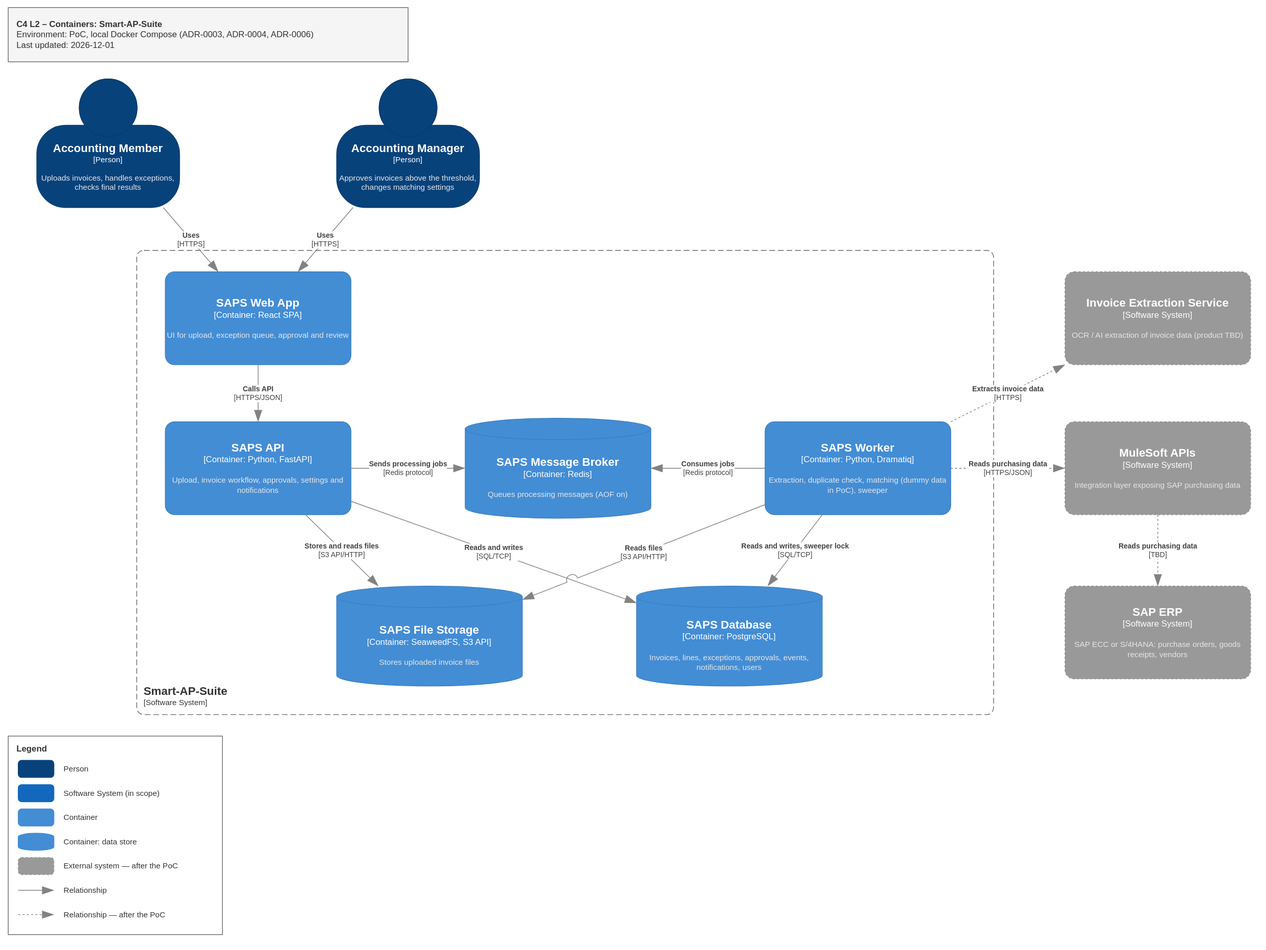
Earlier version of the draw.io export docs/02-architecture/diagrams/c4/c4-l2-containers.drawio.svg (jiri-nguyen/SAPS). Source tidied: cells renumbered, new cells last; positions are measured from the earlier drawing's top-left corner, leaving out a move shared by most shapes.
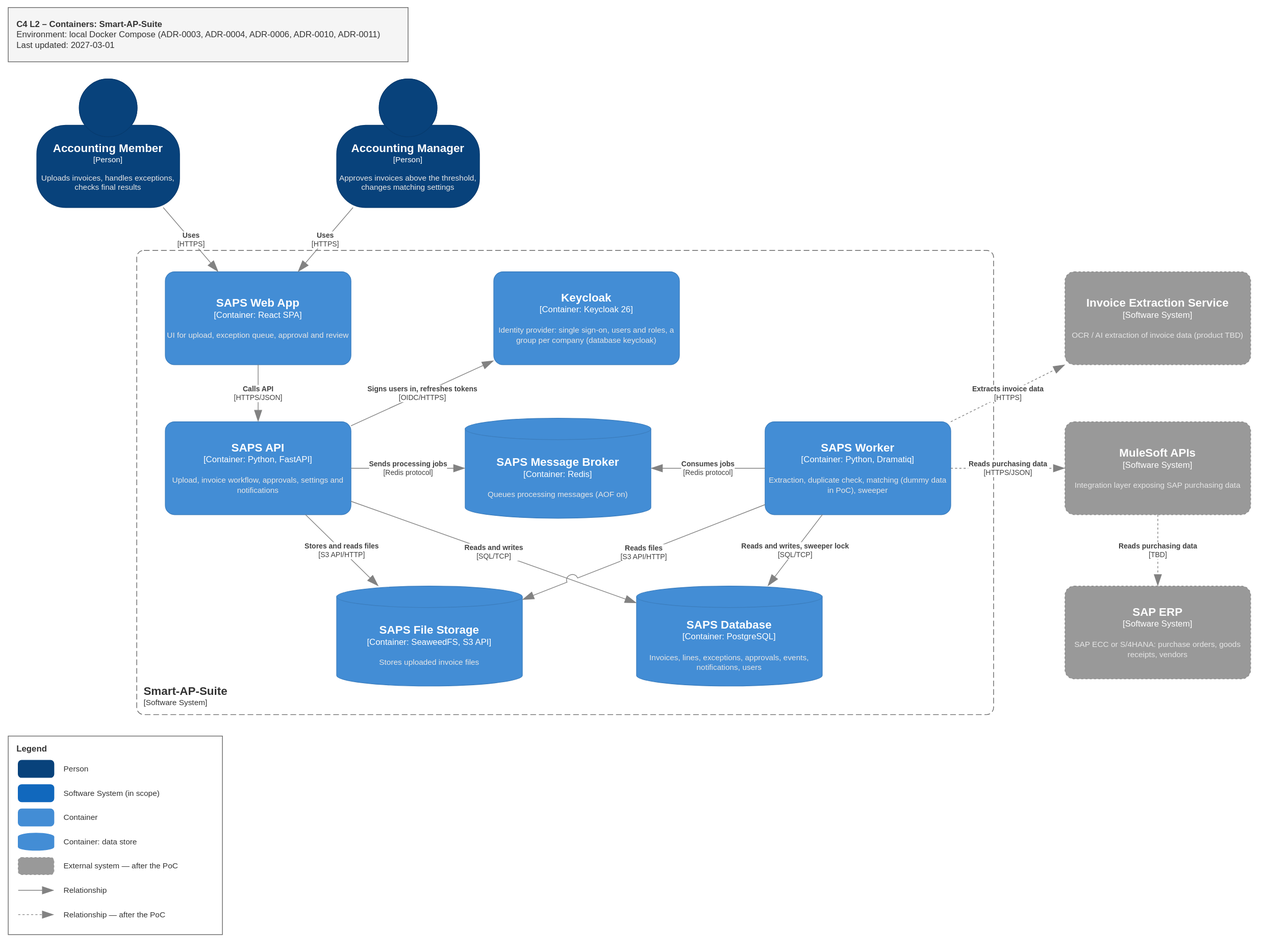
After the commit.

Commit message:
docs: Keycloak in the developer guide and arc42, C4 L2 diagram updated, diagrams may be edited [SAPS-43]

Change to the diagram source:
```diff
@@ -2,7 +2,7 @@
   <root>
     <mxCell id="0" />
     <mxCell id="1" parent="0" />
-    <mxCell id="2" value="&lt;b&gt;C4 L2 – Containers: Smart-AP-Suite&lt;/b&gt;&lt;br&gt;Environment: PoC, local Docker Compose (ADR-0003, ADR-0004, ADR-0006)&lt;br&gt;Last updated: 2026-12-01" style="rounded=0;whiteSpace=wrap;html=1;align=left;verticalAlign=middle;spacingLeft=10;fillColor=#F5F5F5;strokeColor=#666666;fontSize=12;fontColor=#333333;" parent="1" vertex="1">
+    <mxCell id="2" value="&lt;b&gt;C4 L2 – Containers: Smart-AP-Suite&lt;/b&gt;&lt;br&gt;Environment: local Docker Compose (ADR-0003, ADR-0004, ADR-0006, ADR-0010, ADR-0011)&lt;br&gt;Last updated: 2027-03-01" style="rounded=0;whiteSpace=wrap;html=1;align=left;verticalAlign=middle;spacingLeft=10;fillColor=#F5F5F5;strokeColor=#666666;fontSize=12;fontColor=#333333;" parent="1" vertex="1">
       <mxGeometry width="560" height="76" as="geometry" />
     </mxCell>
     <object id="3" label="&lt;font style=&quot;font-size: 16px&quot;&gt;&lt;b&gt;&lt;div style=&quot;text-align: left&quot;&gt;%c4Name%&lt;/div&gt;&lt;/b&gt;&lt;/font&gt;&lt;div style=&quot;text-align: left&quot;&gt;[%c4Application%]&lt;/div&gt;" c4Application="Software System" c4Name="Smart-AP-Suite" c4Type="SystemScopeBoundary" placeholders="1">
@@ -85,6 +85,16 @@
         <mxGeometry relative="1" as="geometry" />
       </mxCell>
     </object>
+    <object id="42" label="&lt;font style=&quot;font-size: 16px&quot;&gt;&lt;b&gt;%c4Name%&lt;/b&gt;&lt;/font&gt;&lt;div&gt;[%c4Type%: %c4Technology%]&lt;/div&gt;&lt;br&gt;&lt;div&gt;&lt;font style=&quot;font-size: 11px&quot;&gt;&lt;font color=&quot;#E6E6E6&quot;&gt;%c4Description%&lt;/font&gt;&lt;/font&gt;&lt;/div&gt;" c4Description="Identity provider: single sign-on, users and roles, a group per company (database keycloak)" c4Name="Keycloak" c4Technology="Keycloak 26" c4Type="Container" placeholders="1">
+      <mxCell style="rounded=1;whiteSpace=wrap;html=1;labelBackgroundColor=none;fontColor=#ffffff;align=center;arcSize=10;points=[[0.25,0,0],[0.5,0,0],[0.75,0,0],[1,0.25,0],[1,0.5,0],[1,0.75,0],[0.75,1,0],[0.5,1,0],[0.25,1,0],[0,0.75,0],[0,0.5,0],[0,0.25,0]];fillColor=#438DD5;strokeColor=#3C7FC0;" parent="1" vertex="1">
+        <mxGeometry x="680" y="370" width="260" height="130" as="geometry" />
+      </mxCell>
+    </object>
+    <object id="43" label="&lt;div style=&quot;text-align: center&quot;&gt;&lt;b&gt;%c4Description%&lt;/b&gt;&lt;/div&gt;&lt;div style=&quot;text-align: center&quot;&gt;[%c4Technology%]&lt;/div&gt;" c4Description="Signs users in, refreshes tokens" c4Technology="OIDC/HTTPS" c4Type="Relationship" placeholders="1">
+      <mxCell style="endArrow=blockThin;html=1;fontSize=10;fontColor=#404040;strokeWidth=1;endFill=1;strokeColor=#828282;endSize=14;jumpStyle=arc;jumpSize=16;rounded=0;labelBackgroundColor=#FFFFFF;" parent="1" edge="1" source="7" target="42">
+        <mxGeometry relative="1" as="geometry" />
+      </mxCell>
+    </object>
     <object id="19" label="&lt;div style=&quot;text-align: center&quot;&gt;&lt;b&gt;%c4Description%&lt;/b&gt;&lt;/div&gt;&lt;div style=&quot;text-align: center&quot;&gt;[%c4Technology%]&lt;/div&gt;" c4Description="Consumes jobs" c4Technology="Redis protocol" c4Type="Relationship" placeholders="1">
       <mxCell style="endArrow=blockThin;html=1;fontSize=10;fontColor=#404040;strokeWidth=1;endFill=1;strokeColor=#828282;endSize=14;jumpStyle=arc;jumpSize=16;rounded=0;labelBackgroundColor=#FFFFFF;" parent="1" edge="1" source="9" target="8">
         <mxGeometry relative="1" as="geometry" />
```
